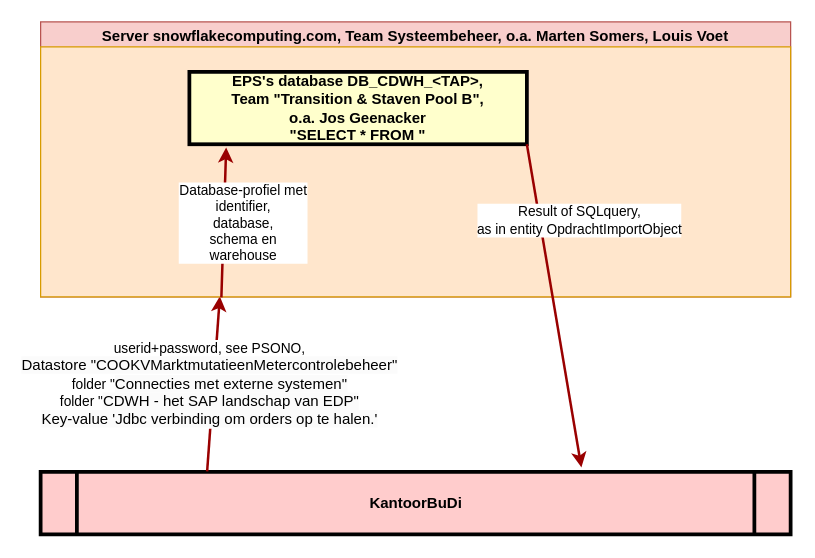
The draw.io diagram Enexis - OpnameOrders ophalen uit EPS.drawio in TimvanSteenbergen/drawio, before the edit. Source tidied: cells renumbered, new cells numbered last; positions are measured from the earlier drawing's top-left corner, leaving out a move shared by most shapes. Both pictures are drawn from the tidied source at 125%, with x=0, y=0 at pixel (40, 21).
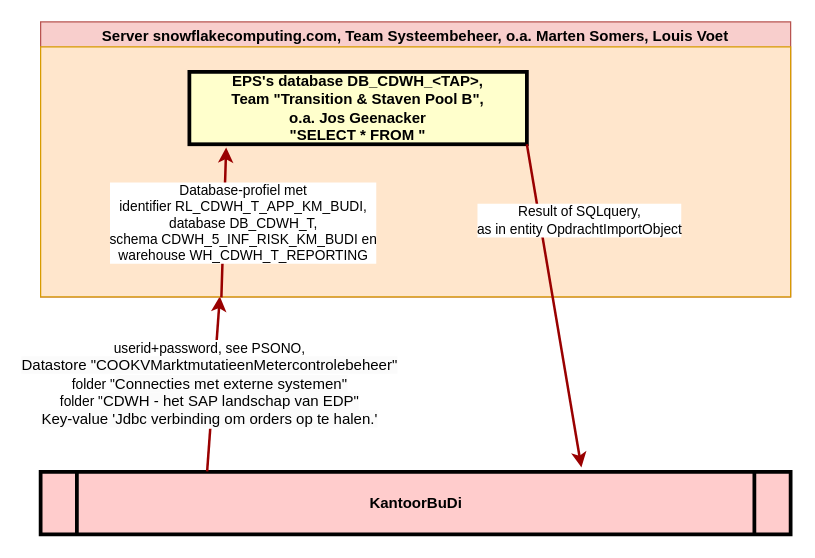
The same diagram, later.

The edit, as a diff of the source:
```diff
@@
 <mxGraphModel>
   <root>
     <mxCell id="0" />
     <mxCell id="1" parent="0" />
     <mxCell id="2" value="KantoorBuDi" style="shape=process;whiteSpace=wrap;align=center;verticalAlign=middle;size=0.0475;fontStyle=1;strokeWidth=3;fillColor=#FFCCCC;" parent="1" vertex="1">
       <mxGeometry y="360" width="600" height="50" as="geometry" />
     </mxCell>
     <mxCell id="3" style="edgeStyle=none;noEdgeStyle=1;strokeColor=#990000;strokeWidth=2;startArrow=classic;startFill=1;endArrow=none;endFill=0;entryX=0.222;entryY=-0.008;entryDx=0;entryDy=0;entryPerimeter=0;exitX=0.239;exitY=0.998;exitDx=0;exitDy=0;exitPerimeter=0;" parent="1" edge="1" source="7" target="2">
       <mxGeometry relative="1" as="geometry" />
     </mxCell>
     <mxCell id="4" value="Text" style="edgeLabel;html=1;align=center;verticalAlign=middle;" parent="3" vertex="1">
       <mxGeometry x="-0.02" y="-2" relative="1" as="geometry" />
     </mxCell>
     <mxCell id="5" value="userid+password, see PSONO,&lt;br style=&quot;border-color: var(--border-color); padding: 0px; margin: 0px; font-size: 12px; background-color: rgb(251, 251, 251);&quot;&gt;&lt;span style=&quot;font-size: 12px; background-color: rgb(251, 251, 251);&quot;&gt;Datastore &quot;COOKVMarktmutatieenMetercontrolebeheer&quot;&lt;/span&gt;&lt;br style=&quot;border-color: var(--border-color); padding: 0px; margin: 0px; font-size: 12px; background-color: rgb(251, 251, 251);&quot;&gt;folder &quot;&lt;span style=&quot;font-size: 12px; background-color: rgb(251, 251, 251);&quot;&gt;Connecties met externe systemen&quot;&lt;/span&gt;&lt;br style=&quot;border-color: var(--border-color); padding: 0px; margin: 0px; font-size: 12px; background-color: rgb(251, 251, 251);&quot;&gt;folder &quot;&lt;span style=&quot;font-size: 12px; background-color: rgb(251, 251, 251);&quot;&gt;CDWH - het SAP landschap van EDP&quot;&lt;/span&gt;&lt;br style=&quot;border-color: var(--border-color); padding: 0px; margin: 0px; font-size: 12px; background-color: rgb(251, 251, 251);&quot;&gt;&lt;span style=&quot;font-size: 12px; background-color: rgb(251, 251, 251);&quot;&gt;Key-value 'Jdbc verbinding om orders op te halen.'&lt;/span&gt;" style="edgeLabel;html=1;align=center;verticalAlign=middle;" parent="3" vertex="1">
       <mxGeometry y="-4" relative="1" as="geometry" />
     </mxCell>
     <mxCell id="6" value="Server&amp;nbsp;snowflakecomputing.com, Team Systeembeheer, o.a. Marten Somers, Louis Voet" style="swimlane;whiteSpace=wrap;html=1;fillColor=#f8cecc;strokeColor=#b85450;swimlaneLine=0;glass=0;shadow=0;" parent="1" vertex="1">
       <mxGeometry width="600" height="220" as="geometry" />
     </mxCell>
     <mxCell id="7" style="rounded=0;whiteSpace=wrap;html=1;fillColor=#ffe6cc;strokeColor=#d79b00;" parent="6" vertex="1">
       <mxGeometry y="20" width="600" height="200" as="geometry" />
     </mxCell>
     <mxCell id="8" value="EPS's database DB_CDWH_&lt;TAP&gt;, &#10;Team &quot;Transition &amp; Staven Pool B&quot;, &#10;o.a. Jos Geenacker&#10;&quot;SELECT * FROM &quot;" style="whiteSpace=wrap;align=center;verticalAlign=middle;fontStyle=1;strokeWidth=3;fillColor=#FFFFCC;" parent="6" vertex="1">
       <mxGeometry x="119" y="40" width="270" height="57.9" as="geometry" />
     </mxCell>
     <mxCell id="9" style="edgeStyle=none;noEdgeStyle=1;strokeColor=#990000;strokeWidth=2;startArrow=classic;startFill=1;endArrow=none;endFill=0;exitX=0.109;exitY=1.044;exitDx=0;exitDy=0;exitPerimeter=0;entryX=0.241;entryY=1.002;entryDx=0;entryDy=0;entryPerimeter=0;" parent="6" edge="1" source="8" target="7">
       <mxGeometry relative="1" as="geometry" />
     </mxCell>
-    <mxCell id="10" value="Database-profiel met &lt;br&gt;identifier,&lt;br&gt;database, &lt;br&gt;schema en &lt;br&gt;warehouse" style="edgeLabel;html=1;align=center;verticalAlign=middle;" parent="9" vertex="1">
+    <mxCell id="10" value="Database-profiel met &lt;br&gt;identifier RL_CDWH_T_APP_KM_BUDI,&lt;br&gt;database DB_CDWH_T, &lt;br&gt;schema CDWH_5_INF_RISK_KM_BUDI en &lt;br&gt;warehouse&amp;nbsp;WH_CDWH_T_REPORTING" style="edgeLabel;html=1;align=center;verticalAlign=middle;" parent="9" vertex="1">
       <mxGeometry x="-0.02" y="-2" relative="1" as="geometry">
         <mxPoint x="17" y="1" as="offset" />
       </mxGeometry>
     </mxCell>
     <mxCell id="11" style="edgeStyle=none;noEdgeStyle=1;strokeColor=#990000;strokeWidth=2;startArrow=classic;startFill=1;endArrow=none;endFill=0;exitX=0.721;exitY=-0.072;exitDx=0;exitDy=0;exitPerimeter=0;entryX=1;entryY=1;entryDx=0;entryDy=0;" parent="1" edge="1" source="2" target="8">
       <mxGeometry relative="1" as="geometry" />
     </mxCell>
     <mxCell id="12" value="Result of SQLquery, &lt;br&gt;as in entity OpdrachtImportObject" style="edgeLabel;html=1;align=center;verticalAlign=middle;" parent="11" vertex="1">
       <mxGeometry x="-0.02" y="-2" relative="1" as="geometry">
         <mxPoint x="17" y="-71" as="offset" />
       </mxGeometry>
     </mxCell>
   </root>
 </mxGraphModel>
```
